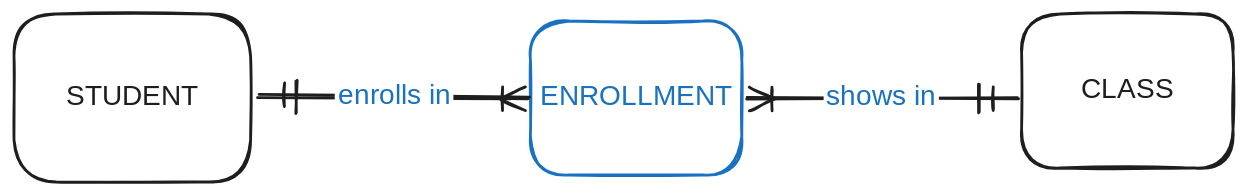
Before: media/student-enroll-class-crow.excalidraw.svg, a diagram exported from Excalidraw (vk-db-modeling-fall-25/shared-notes). Source tidied: one line per element, renumbered; positions are measured from the earlier drawing's top-left corner, leaving out a move shared by most shapes. Source of this version:
```json
{"id": 0, "type": "rectangle", "strokeColor": "#1e1e1e", "strokeWidth": 2, "roughness": 1, "round": true, "x": 0, "y": 0, "width": 169, "height": 120}
{"id": 1, "type": "text", "text": "STUDENT", "strokeColor": "#1e1e1e", "backgroundColor": "#ffffff", "fillStyle": "solid", "strokeWidth": 2, "roughness": 1, "fontSize": 20, "fontFamily": 5, "textAlign": "center", "verticalAlign": "middle", "inside": 0, "x": 33, "y": 48, "width": 104, "height": 25}
{"id": 2, "type": "rectangle", "strokeColor": "#1e1e1e", "strokeWidth": 2, "roughness": 1, "round": true, "x": 720, "y": 0, "width": 151, "height": 110}
{"id": 3, "type": "text", "text": "CLASS", "strokeColor": "#1e1e1e", "strokeWidth": 2, "roughness": 1, "fontSize": 20, "fontFamily": 5, "textAlign": "center", "verticalAlign": "middle", "inside": 2, "x": 764, "y": 42, "width": 62, "height": 25}
{"id": 4, "type": "rectangle", "strokeColor": "#1971c2", "strokeWidth": 2, "roughness": 1, "round": true, "x": 369, "y": 5, "width": 151, "height": 110}
{"id": 5, "type": "text", "text": "ENROLLMENT", "strokeColor": "#1971c2", "strokeWidth": 2, "roughness": 1, "fontSize": 20, "fontFamily": 5, "textAlign": "center", "verticalAlign": "middle", "inside": 4, "x": 375, "y": 48, "width": 138, "height": 25}
{"id": 6, "type": "arrow", "strokeColor": "#1e1e1e", "backgroundColor": "#ffffff", "fillStyle": "solid", "strokeWidth": 2, "roughness": 1, "startArrowhead": "crowfoot_one", "endArrowhead": "crowfoot_one_or_many", "round": true, "from": 0, "to": 4, "x": 174, "y": 58, "width": 194, "height": 2, "points": [[0, 0], [194, 2]]}
{"id": 7, "type": "text", "text": "enrolls in", "strokeColor": "#1971c2", "backgroundColor": "#ffffff", "fillStyle": "solid", "strokeWidth": 2, "roughness": 1, "fontSize": 20, "fontFamily": 5, "textAlign": "center", "verticalAlign": "middle", "inside": 6, "x": 229, "y": 46, "width": 85, "height": 25}
{"id": 8, "type": "arrow", "strokeColor": "#1e1e1e", "backgroundColor": "#ffffff", "fillStyle": "solid", "strokeWidth": 2, "roughness": 1, "startArrowhead": "crowfoot_one", "endArrowhead": "crowfoot_one_or_many", "round": true, "from": 2, "to": 4, "x": 716, "y": 60, "width": 194, "height": 0, "points": [[0, 0], [-194, 0]]}
{"id": 9, "type": "text", "text": "shows in", "strokeColor": "#1971c2", "backgroundColor": "#ffffff", "fillStyle": "solid", "strokeWidth": 2, "roughness": 1, "fontSize": 20, "fontFamily": 5, "textAlign": "center", "verticalAlign": "middle", "inside": 8, "x": 578, "y": 48, "width": 82, "height": 25}
{"id": 10, "type": "line", "strokeColor": "#1e1e1e", "backgroundColor": "#ffffff", "fillStyle": "solid", "strokeWidth": 2, "roughness": 1, "round": true, "x": 201, "y": 48, "width": 0, "height": 23, "points": [[0, 0], [0, 23]]}
{"id": 11, "type": "line", "strokeColor": "#1e1e1e", "backgroundColor": "#ffffff", "fillStyle": "solid", "strokeWidth": 2, "roughness": 1, "round": true, "x": 689, "y": 50, "width": 0, "height": 20, "points": [[0, 0], [0, 20]]}
```
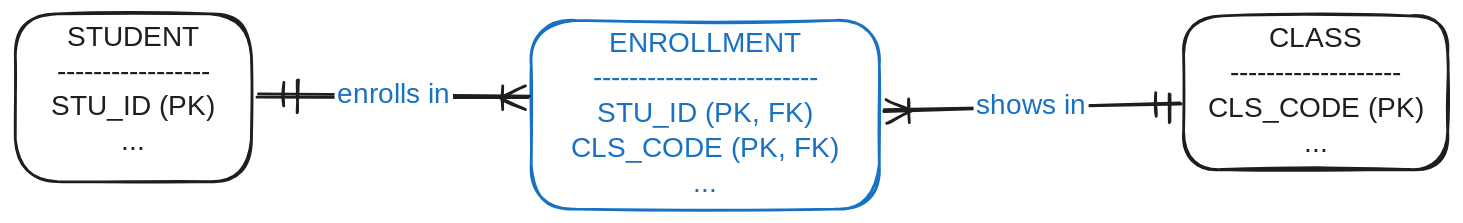
The same diagram one commit later.

Diff of the diagram source:
```diff
@@ -1,12 +1,12 @@
 {"id": 0, "type": "rectangle", "strokeColor": "#1e1e1e", "strokeWidth": 2, "roughness": 1, "round": true, "x": 0, "y": 0, "width": 169, "height": 120}
-{"id": 1, "type": "text", "text": "STUDENT", "strokeColor": "#1e1e1e", "backgroundColor": "#ffffff", "fillStyle": "solid", "strokeWidth": 2, "roughness": 1, "fontSize": 20, "fontFamily": 5, "textAlign": "center", "verticalAlign": "middle", "inside": 0, "x": 33, "y": 48, "width": 104, "height": 25}
+{"id": 1, "type": "text", "text": "STUDENT\n-----------------\nSTU_ID (PK)\n...", "strokeColor": "#1e1e1e", "backgroundColor": "#ffffff", "fillStyle": "solid", "strokeWidth": 2, "roughness": 1, "fontSize": 20, "fontFamily": 5, "textAlign": "center", "inside": 0, "x": 14, "y": 5, "width": 140, "height": 100}
-{"id": 2, "type": "rectangle", "strokeColor": "#1e1e1e", "strokeWidth": 2, "roughness": 1, "round": true, "x": 720, "y": 0, "width": 151, "height": 110}
+{"id": 2, "type": "rectangle", "strokeColor": "#1e1e1e", "strokeWidth": 2, "roughness": 1, "round": true, "x": 836, "y": 2, "width": 189, "height": 110}
-{"id": 3, "type": "text", "text": "CLASS", "strokeColor": "#1e1e1e", "strokeWidth": 2, "roughness": 1, "fontSize": 20, "fontFamily": 5, "textAlign": "center", "verticalAlign": "middle", "inside": 2, "x": 764, "y": 42, "width": 62, "height": 25}
+{"id": 3, "type": "text", "text": "CLASS\n-------------------\nCLS_CODE (PK)\n...", "strokeColor": "#1e1e1e", "strokeWidth": 2, "roughness": 1, "fontSize": 20, "fontFamily": 5, "textAlign": "center", "inside": 2, "x": 851, "y": 7, "width": 158, "height": 100}
-{"id": 4, "type": "rectangle", "strokeColor": "#1971c2", "strokeWidth": 2, "roughness": 1, "round": true, "x": 369, "y": 5, "width": 151, "height": 110}
+{"id": 4, "type": "rectangle", "strokeColor": "#1971c2", "strokeWidth": 2, "roughness": 1, "round": true, "x": 369, "y": 5, "width": 249, "height": 135}
-{"id": 5, "type": "text", "text": "ENROLLMENT", "strokeColor": "#1971c2", "strokeWidth": 2, "roughness": 1, "fontSize": 20, "fontFamily": 5, "textAlign": "center", "verticalAlign": "middle", "inside": 4, "x": 375, "y": 48, "width": 138, "height": 25}
+{"id": 5, "type": "text", "text": "ENROLLMENT\n-------------------------\nSTU_ID (PK, FK)\nCLS_CODE (PK, FK)\n...", "strokeColor": "#1971c2", "strokeWidth": 2, "roughness": 1, "fontSize": 20, "fontFamily": 5, "textAlign": "center", "inside": 4, "x": 391, "y": 10, "width": 205, "height": 125}
-{"id": 6, "type": "arrow", "strokeColor": "#1e1e1e", "backgroundColor": "#ffffff", "fillStyle": "solid", "strokeWidth": 2, "roughness": 1, "startArrowhead": "crowfoot_one", "endArrowhead": "crowfoot_one_or_many", "round": true, "from": 0, "to": 4, "x": 174, "y": 58, "width": 194, "height": 2, "points": [[0, 0], [194, 2]]}
+{"id": 6, "type": "arrow", "strokeColor": "#1e1e1e", "backgroundColor": "#ffffff", "fillStyle": "solid", "strokeWidth": 2, "roughness": 1, "startArrowhead": "crowfoot_one", "endArrowhead": "crowfoot_one_or_many", "round": true, "from": 0, "to": 4, "x": 173, "y": 58, "width": 195, "height": 2, "points": [[0, 0], [195, 2]]}
 {"id": 7, "type": "text", "text": "enrolls in", "strokeColor": "#1971c2", "backgroundColor": "#ffffff", "fillStyle": "solid", "strokeWidth": 2, "roughness": 1, "fontSize": 20, "fontFamily": 5, "textAlign": "center", "verticalAlign": "middle", "inside": 6, "x": 229, "y": 46, "width": 85, "height": 25}
-{"id": 8, "type": "arrow", "strokeColor": "#1e1e1e", "backgroundColor": "#ffffff", "fillStyle": "solid", "strokeWidth": 2, "roughness": 1, "startArrowhead": "crowfoot_one", "endArrowhead": "crowfoot_one_or_many", "round": true, "from": 2, "to": 4, "x": 716, "y": 60, "width": 194, "height": 0, "points": [[0, 0], [-194, 0]]}
+{"id": 8, "type": "arrow", "strokeColor": "#1e1e1e", "backgroundColor": "#ffffff", "fillStyle": "solid", "strokeWidth": 2, "roughness": 1, "startArrowhead": "crowfoot_one", "endArrowhead": "crowfoot_one_or_many", "round": true, "from": 2, "to": 4, "x": 833, "y": 64, "width": 213, "height": 5, "points": [[0, 0], [-213, 5]]}
 {"id": 9, "type": "text", "text": "shows in", "strokeColor": "#1971c2", "backgroundColor": "#ffffff", "fillStyle": "solid", "strokeWidth": 2, "roughness": 1, "fontSize": 20, "fontFamily": 5, "textAlign": "center", "verticalAlign": "middle", "inside": 8, "x": 578, "y": 48, "width": 82, "height": 25}
 {"id": 10, "type": "line", "strokeColor": "#1e1e1e", "backgroundColor": "#ffffff", "fillStyle": "solid", "strokeWidth": 2, "roughness": 1, "round": true, "x": 201, "y": 48, "width": 0, "height": 23, "points": [[0, 0], [0, 23]]}
-{"id": 11, "type": "line", "strokeColor": "#1e1e1e", "backgroundColor": "#ffffff", "fillStyle": "solid", "strokeWidth": 2, "roughness": 1, "round": true, "x": 689, "y": 50, "width": 0, "height": 20, "points": [[0, 0], [0, 20]]}
+{"id": 11, "type": "line", "strokeColor": "#1e1e1e", "backgroundColor": "#ffffff", "fillStyle": "solid", "strokeWidth": 2, "roughness": 1, "round": true, "x": 826, "y": 58, "width": 0, "height": 20, "points": [[0, 0], [0, 20]]}
```
